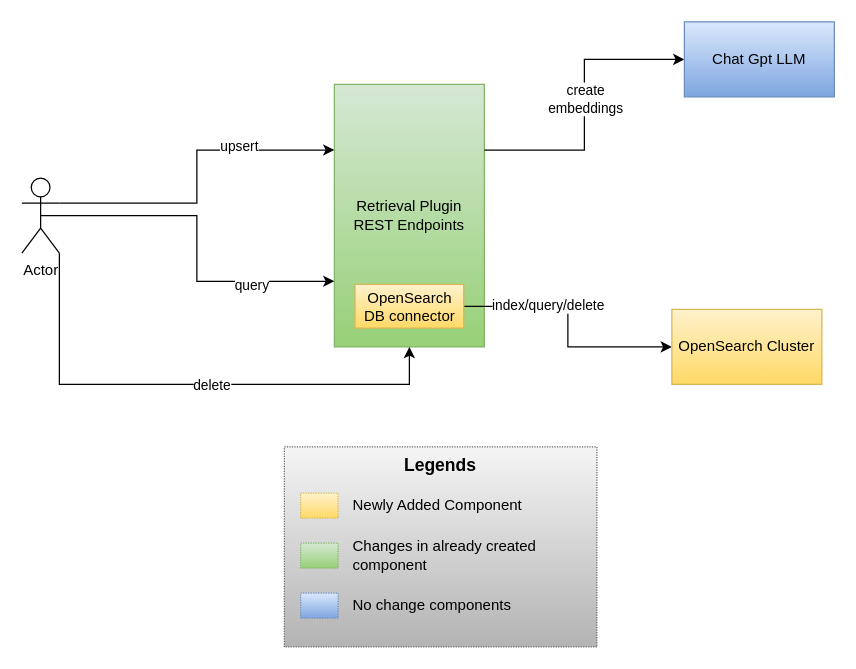
Earlier version of the draw.io diagram OpenSearch/OS_Datstore in Reterival Plugin.drawio (navneet1v/FlowDiagram). Source tidied: cells renumbered, new cells numbered last; positions are measured from the earlier drawing's top-left corner, leaving out a move shared by most shapes. Both pictures are drawn from the tidied source at 125%, with x=0, y=0 at pixel (21, 21).
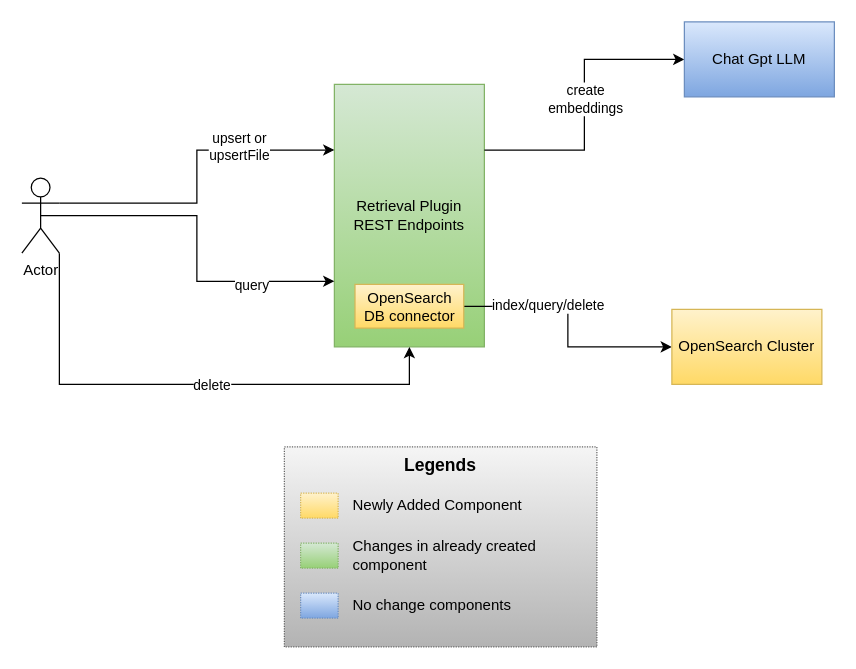
After the change.

Unchanged cells that the change refers to:
```xml
<mxCell id="9" style="edgeStyle=orthogonalEdgeStyle;rounded=0;jettySize=auto;html=1;exitX=1;exitY=0.3333333333333333;exitDx=0;exitDy=0;exitPerimeter=0;entryX=0;entryY=0.25;entryDx=0;entryDy=0;" parent="1" edge="1" source="15" target="2">
  <mxGeometry relative="1" as="geometry" />
</mxCell>
```

Diff of the diagram source:
```diff
@@
-    <mxCell id="10" value="upsert" style="edgeLabel;html=1;align=center;verticalAlign=middle;" parent="9" vertex="1">
+    <mxCell id="10" value="upsert or&lt;br&gt;upsertFile" style="edgeLabel;html=1;align=center;verticalAlign=middle;" parent="9" vertex="1">
       <mxGeometry x="0.42" y="4" relative="1" as="geometry">
         <mxPoint y="1" as="offset" />
       </mxGeometry>
     </mxCell>
```
